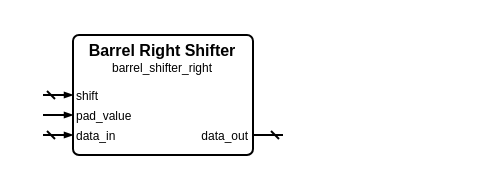
This is sources/operations/barrel_shifter_right/barrel_shifter_right.symbol.drawio from Louis-DR/OmniCores-BuildingBlocks, a draw.io file, before an edit. Source tidied: cells renumbered, new cells numbered last; positions are measured from the earlier drawing's top-left corner, leaving out a move shared by most shapes. Both pictures are drawn from the tidied source at 200%, with x=0, y=0 at pixel (42, 34).
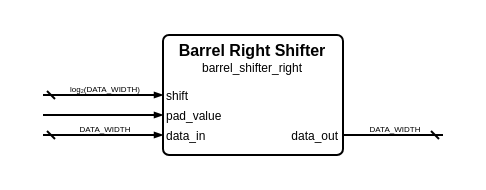
Above is the later version.

The edit, as a diff of the source:
```diff
@@
     <mxCell id="2" style="group;" parent="1" vertex="1">
-      <mxGeometry width="120" height="60" as="geometry" />
+      <mxGeometry width="200" height="60" as="geometry" />
     </mxCell>
     <mxCell id="3" style="rounded=1;arcSize=5;fillColor=none;strokeWidth=1;strokeColor=black;whiteSpace=wrap;html=1;" parent="2" vertex="1">
-      <mxGeometry x="15" width="90" height="60" as="geometry" />
+      <mxGeometry x="60" width="90" height="60" as="geometry" />
     </mxCell>
     <mxCell id="4" value="Barrel Right Shifter" style="text;html=1;align=center;verticalAlign=middle;whiteSpace=wrap;rounded=0;fontSize=8;fontStyle=1;fontColor=black;" parent="2" vertex="1">
-      <mxGeometry x="15" y="7" width="90" as="geometry" />
+      <mxGeometry x="60" y="7" width="90" as="geometry" />
     </mxCell>
     <mxCell id="5" value="barrel_shifter_right" style="text;html=1;align=center;verticalAlign=middle;whiteSpace=wrap;rounded=0;fontSize=6;fontStyle=0;fontColor=black;" parent="2" vertex="1">
-      <mxGeometry x="15" y="16" width="90" as="geometry" />
+      <mxGeometry x="60" y="16" width="90" as="geometry" />
     </mxCell>
     <mxCell id="6" value="shift" style="text;html=1;align=left;verticalAlign=middle;whiteSpace=wrap;rounded=0;fontSize=6;fontStyle=0;fontColor=black;" parent="2" vertex="1">
-      <mxGeometry x="15" y="30" width="90" as="geometry" />
+      <mxGeometry x="60" y="30" width="90" as="geometry" />
     </mxCell>
     <mxCell id="7" style="html=1;rounded=1;strokeWidth=1;strokeColor=black;startFill=0;startSize=2;startArrow=dash;endFill=1;endSize=2;endArrow=blockThin;sourcePerimeterSpacing=0;" parent="2" edge="1">
       <mxGeometry relative="1" as="geometry">
         <mxPoint y="30" as="sourcePoint" />
-        <mxPoint x="15" y="30" as="targetPoint" />
+        <mxPoint x="60" y="30" as="targetPoint" />
       </mxGeometry>
     </mxCell>
+    <mxCell id="14" value="log₂(DATA_WIDTH)" style="text;html=1;align=center;verticalAlign=middle;whiteSpace=nowrap;rounded=0;fontSize=4;fontStyle=0;fontColor=black;" parent="2" vertex="1">
+      <mxGeometry x="30" y="27" as="geometry" />
+    </mxCell>
     <mxCell id="8" value="pad_value" style="text;html=1;align=left;verticalAlign=middle;whiteSpace=wrap;rounded=0;fontSize=6;fontStyle=0;fontColor=black;" parent="2" vertex="1">
-      <mxGeometry x="15" y="40" width="90" as="geometry" />
+      <mxGeometry x="60" y="40" width="90" as="geometry" />
     </mxCell>
     <mxCell id="9" style="html=1;rounded=1;strokeWidth=1;strokeColor=black;startFill=0;startSize=2;startArrow=none;endFill=1;endSize=2;endArrow=blockThin;sourcePerimeterSpacing=0;" parent="2" edge="1">
       <mxGeometry relative="1" as="geometry">
         <mxPoint y="40" as="sourcePoint" />
-        <mxPoint x="15" y="40" as="targetPoint" />
+        <mxPoint x="60" y="40" as="targetPoint" />
       </mxGeometry>
     </mxCell>
     <mxCell id="10" value="data_in" style="text;html=1;align=left;verticalAlign=middle;whiteSpace=wrap;rounded=0;fontSize=6;fontStyle=0;fontColor=black;" parent="2" vertex="1">
-      <mxGeometry x="15" y="50" width="90" as="geometry" />
+      <mxGeometry x="60" y="50" width="90" as="geometry" />
     </mxCell>
     <mxCell id="11" style="html=1;rounded=1;strokeWidth=1;strokeColor=black;startFill=0;startSize=2;startArrow=dash;endFill=1;endSize=2;endArrow=blockThin;sourcePerimeterSpacing=0;" parent="2" edge="1">
       <mxGeometry relative="1" as="geometry">
         <mxPoint y="50" as="sourcePoint" />
-        <mxPoint x="15" y="50" as="targetPoint" />
+        <mxPoint x="60" y="50" as="targetPoint" />
       </mxGeometry>
     </mxCell>
+    <mxCell id="15" value="DATA_WIDTH" style="text;html=1;align=center;verticalAlign=middle;whiteSpace=nowrap;rounded=0;fontSize=4;fontStyle=0;fontColor=black;" parent="2" vertex="1">
+      <mxGeometry x="30" y="47" as="geometry" />
+    </mxCell>
     <mxCell id="12" value="data_out" style="text;html=1;align=right;verticalAlign=middle;whiteSpace=wrap;rounded=0;fontSize=6;fontStyle=0;fontColor=black;" parent="2" vertex="1">
-      <mxGeometry x="15" y="50" width="90" as="geometry" />
+      <mxGeometry x="60" y="50" width="90" as="geometry" />
     </mxCell>
     <mxCell id="13" style="html=1;rounded=1;strokeWidth=1;strokeColor=black;startFill=0;startSize=2;startArrow=dash;endFill=1;endSize=2;endArrow=none;sourcePerimeterSpacing=0;" parent="2" edge="1">
       <mxGeometry relative="1" as="geometry">
-        <mxPoint x="120" y="50" as="sourcePoint" />
-        <mxPoint x="105" y="50" as="targetPoint" />
+        <mxPoint x="200" y="50" as="sourcePoint" />
+        <mxPoint x="150" y="50" as="targetPoint" />
       </mxGeometry>
     </mxCell>
+    <mxCell id="16" value="DATA_WIDTH" style="text;html=1;align=center;verticalAlign=middle;whiteSpace=nowrap;rounded=0;fontSize=4;fontStyle=0;fontColor=black;" parent="2" vertex="1">
+      <mxGeometry x="175" y="47" as="geometry" />
+    </mxCell>
```
